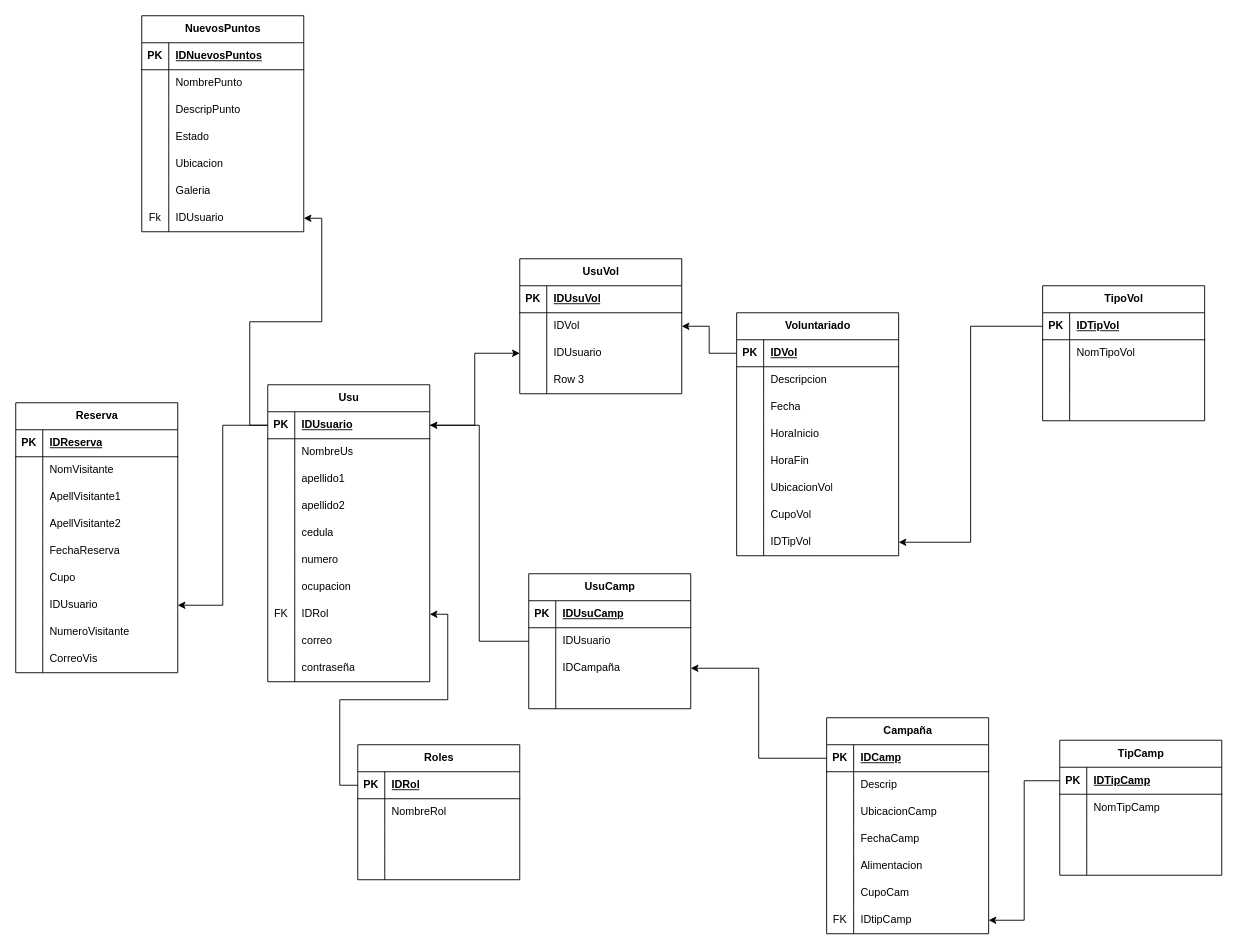
This is BaseSendero.drawio from NotJarethGG/CosasVarias, a draw.io file, before an edit. Source tidied: cells renumbered, new cells numbered last; positions are measured from the earlier drawing's top-left corner, leaving out a move shared by most shapes. Both pictures are drawn from the tidied source at 90%, with x=0, y=0 at pixel (15, 15).
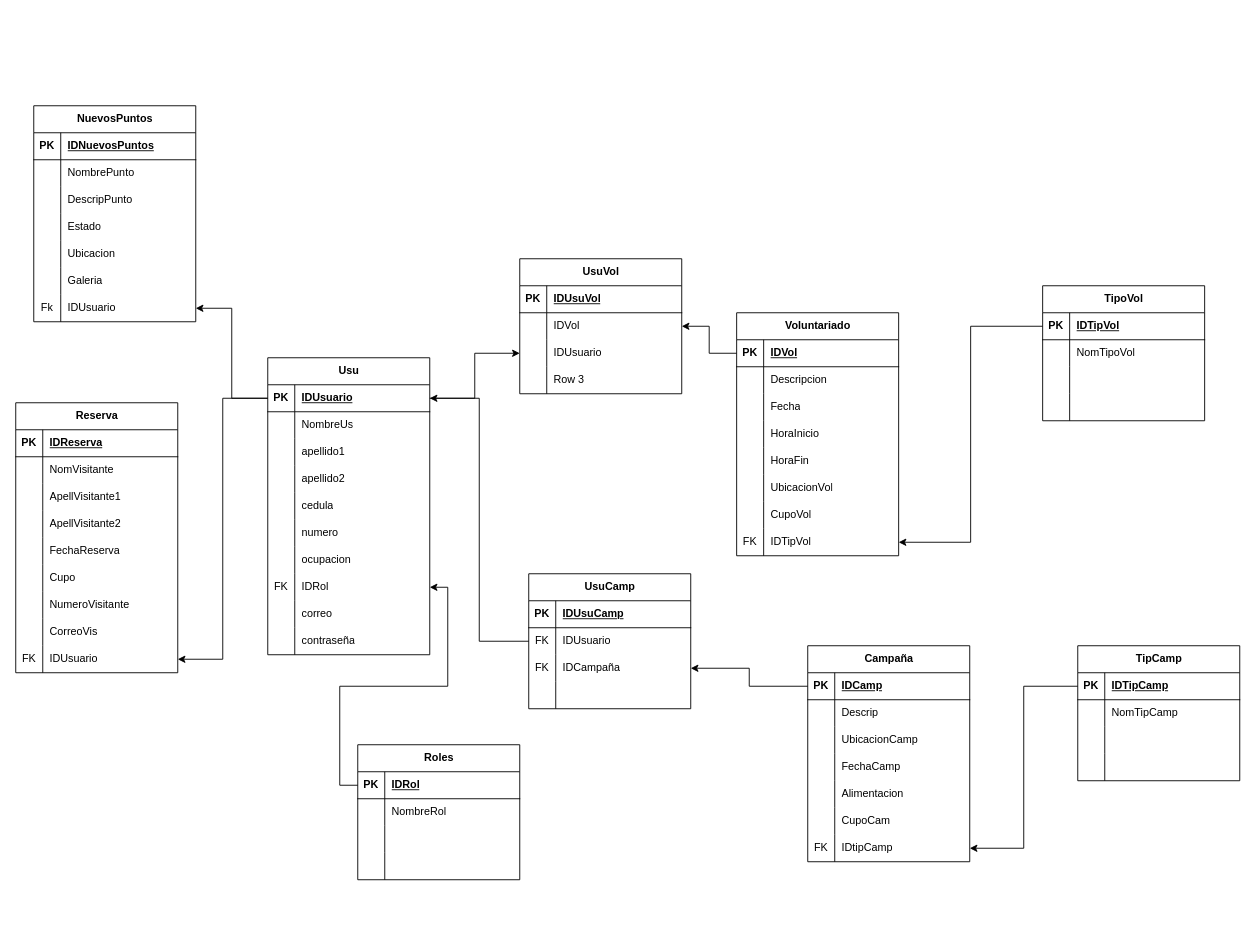
The same diagram, later.

Unchanged cells that the change refers to:
```xml
<mxCell id="33" value="Reserva" style="shape=table;startSize=30;childLayout=tableLayout;rowLines=0;fontStyle=1;align=center;html=1;" parent="1" vertex="1">
  <mxGeometry y="430" width="180" height="300" as="geometry" />
</mxCell>
<mxCell id="84" style="shape=tableRow;horizontal=0;startSize=0;swimlaneHead=0;swimlaneBody=0;fillColor=none;points=[[0,0.5],[1,0.5]];portConstraint=eastwest;top=0;left=0;right=0;bottom=0;" parent="62" vertex="1">
  <mxGeometry y="240" width="180" height="30" as="geometry" />
</mxCell>
<mxCell id="134" style="shape=tableRow;horizontal=0;startSize=0;swimlaneHead=0;swimlaneBody=0;fillColor=none;points=[[0,0.5],[1,0.5]];portConstraint=eastwest;top=0;left=0;right=0;bottom=0;" parent="130" vertex="1">
  <mxGeometry y="60" width="180" height="30" as="geometry" />
</mxCell>
<mxCell id="137" style="shape=tableRow;horizontal=0;startSize=0;swimlaneHead=0;swimlaneBody=0;fillColor=none;points=[[0,0.5],[1,0.5]];portConstraint=eastwest;top=0;left=0;right=0;bottom=0;" parent="130" vertex="1">
  <mxGeometry y="90" width="180" height="30" as="geometry" />
</mxCell>
```

The edit, as a diff of the source:
```diff
@@
     <mxCell id="2" value="Usu" style="shape=table;startSize=30;childLayout=tableLayout;rowLines=0;fontStyle=1;align=center;html=1;" parent="1" vertex="1">
-      <mxGeometry x="280" y="410" width="180" height="330" as="geometry" />
+      <mxGeometry x="280" y="380" width="180" height="330" as="geometry" />
     </mxCell>
@@
-    <mxCell id="52" style="shape=tableRow;horizontal=0;startSize=0;swimlaneHead=0;swimlaneBody=0;fillColor=none;points=[[0,0.5],[1,0.5]];portConstraint=eastwest;top=0;left=0;right=0;bottom=0;" parent="33" vertex="1">
-      <mxGeometry y="210" width="180" height="30" as="geometry" />
-    </mxCell>
-    <mxCell id="53" style="shape=partialRectangle;fillColor=none;top=0;left=0;bottom=0;right=0;overflow=hidden;whiteSpace=wrap;html=1;" parent="52" vertex="1">
-      <mxGeometry width="30" height="30" as="geometry" />
-    </mxCell>
-    <mxCell id="54" value="IDUsuario" style="shape=partialRectangle;fillColor=none;top=0;left=0;bottom=0;right=0;align=left;spacingLeft=6;overflow=hidden;whiteSpace=wrap;html=1;" parent="52" vertex="1">
-      <mxGeometry x="30" width="150" height="30" as="geometry" />
-    </mxCell>
     <mxCell id="55" style="shape=tableRow;horizontal=0;startSize=0;swimlaneHead=0;swimlaneBody=0;fillColor=none;top=0;left=0;right=0;bottom=0;" parent="33" vertex="1">
-      <mxGeometry y="240" width="180" height="30" as="geometry" />
+      <mxGeometry y="210" width="180" height="30" as="geometry" />
     </mxCell>
@@
     <mxCell id="58" style="shape=tableRow;horizontal=0;startSize=0;swimlaneHead=0;swimlaneBody=0;fillColor=none;top=0;left=0;right=0;bottom=0;" parent="33" vertex="1">
-      <mxGeometry y="270" width="180" height="30" as="geometry" />
+      <mxGeometry y="240" width="180" height="30" as="geometry" />
     </mxCell>
@@
+    <mxCell id="52" style="shape=tableRow;horizontal=0;startSize=0;swimlaneHead=0;swimlaneBody=0;fillColor=none;points=[[0,0.5],[1,0.5]];portConstraint=eastwest;top=0;left=0;right=0;bottom=0;" parent="33" vertex="1">
+      <mxGeometry y="270" width="180" height="30" as="geometry" />
+    </mxCell>
+    <mxCell id="53" value="FK" style="shape=partialRectangle;fillColor=none;top=0;left=0;bottom=0;right=0;overflow=hidden;whiteSpace=wrap;html=1;" parent="52" vertex="1">
+      <mxGeometry width="30" height="30" as="geometry" />
+    </mxCell>
+    <mxCell id="54" value="IDUsuario" style="shape=partialRectangle;fillColor=none;top=0;left=0;bottom=0;right=0;align=left;spacingLeft=6;overflow=hidden;whiteSpace=wrap;html=1;" parent="52" vertex="1">
+      <mxGeometry x="30" width="150" height="30" as="geometry" />
+    </mxCell>
@@
-    <mxCell id="85" style="shape=partialRectangle;fillColor=none;top=0;left=0;bottom=0;right=0;overflow=hidden;whiteSpace=wrap;html=1;" parent="84" vertex="1">
+    <mxCell id="85" value="FK" style="shape=partialRectangle;fillColor=none;top=0;left=0;bottom=0;right=0;overflow=hidden;whiteSpace=wrap;html=1;" parent="84" vertex="1">
       <mxGeometry width="30" height="30" as="geometry" />
     </mxCell>
@@
-    <mxCell id="135" style="shape=partialRectangle;fillColor=none;top=0;left=0;bottom=0;right=0;overflow=hidden;whiteSpace=wrap;html=1;" parent="134" vertex="1">
+    <mxCell id="135" value="FK" style="shape=partialRectangle;fillColor=none;top=0;left=0;bottom=0;right=0;overflow=hidden;whiteSpace=wrap;html=1;" parent="134" vertex="1">
       <mxGeometry width="30" height="30" as="geometry" />
     </mxCell>
@@
-    <mxCell id="138" style="shape=partialRectangle;fillColor=none;top=0;left=0;bottom=0;right=0;overflow=hidden;whiteSpace=wrap;html=1;" parent="137" vertex="1">
+    <mxCell id="138" value="FK" style="shape=partialRectangle;fillColor=none;top=0;left=0;bottom=0;right=0;overflow=hidden;whiteSpace=wrap;html=1;" parent="137" vertex="1">
       <mxGeometry width="30" height="30" as="geometry" />
     </mxCell>
@@
     <mxCell id="144" value="Campaña" style="shape=table;startSize=30;childLayout=tableLayout;rowLines=0;fontStyle=1;align=center;html=1;" parent="1" vertex="1">
-      <mxGeometry x="901" y="780" width="180" height="240" as="geometry" />
+      <mxGeometry x="880" y="700" width="180" height="240" as="geometry" />
     </mxCell>
@@
     <mxCell id="167" value="TipCamp" style="shape=table;startSize=30;childLayout=tableLayout;rowLines=0;fontStyle=1;align=center;html=1;" parent="1" vertex="1">
-      <mxGeometry x="1160" y="805" width="180" height="150" as="geometry" />
+      <mxGeometry x="1180" y="700" width="180" height="150" as="geometry" />
     </mxCell>
@@
     <mxCell id="181" value="NuevosPuntos" style="shape=table;startSize=30;childLayout=tableLayout;rowLines=0;fontStyle=1;align=center;html=1;" parent="1" vertex="1">
-      <mxGeometry x="140" width="180" height="240" as="geometry" />
+      <mxGeometry x="20" y="100" width="180" height="240" as="geometry" />
     </mxCell>
```
